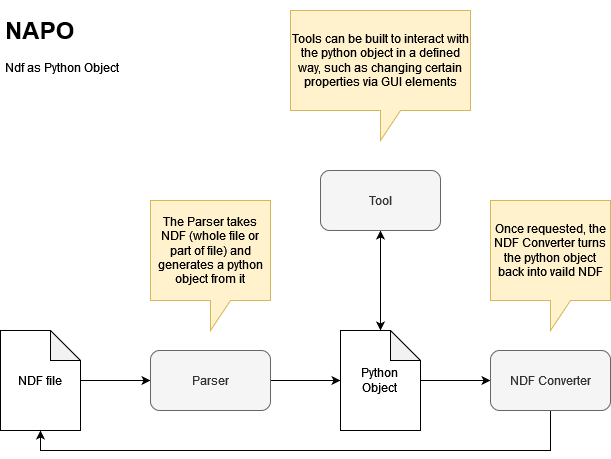
The draw.io diagram resources/NAPO_Concept.png in Jonitr0/WarnoModEditor, before a commit. Source tidied: cells renumbered, new cells last; positions are measured from the earlier drawing's top-left corner, leaving out a move shared by most shapes. Its diagram source:
```xml
<mxGraphModel>
  <root>
    <mxCell id="0" />
    <mxCell id="1" parent="0" />
    <mxCell id="2" style="edgeStyle=orthogonalEdgeStyle;rounded=0;jettySize=auto;html=1;entryX=0;entryY=0.5;entryDx=0;entryDy=0;" parent="1" edge="1" source="3" target="5">
      <mxGeometry relative="1" as="geometry" />
    </mxCell>
    <mxCell id="3" value="NDF file" style="shape=note;whiteSpace=wrap;html=1;backgroundOutline=1;darkOpacity=0.05;" parent="1" vertex="1">
      <mxGeometry y="320" width="80" height="100" as="geometry" />
    </mxCell>
    <mxCell id="4" style="edgeStyle=orthogonalEdgeStyle;rounded=0;jettySize=auto;html=1;entryX=0;entryY=0.5;entryDx=0;entryDy=0;entryPerimeter=0;" parent="1" edge="1" source="5" target="7">
      <mxGeometry relative="1" as="geometry" />
    </mxCell>
    <mxCell id="5" value="&lt;div&gt;Parser&lt;/div&gt;" style="rounded=1;whiteSpace=wrap;html=1;fillColor=#f5f5f5;fontColor=#333333;strokeColor=#666666;" parent="1" vertex="1">
      <mxGeometry x="150" y="340" width="120" height="60" as="geometry" />
    </mxCell>
    <mxCell id="6" style="edgeStyle=orthogonalEdgeStyle;rounded=0;jettySize=auto;html=1;entryX=0;entryY=0.5;entryDx=0;entryDy=0;startArrow=none;startFill=0;" parent="1" edge="1" source="7" target="11">
      <mxGeometry relative="1" as="geometry" />
    </mxCell>
    <mxCell id="7" value="Python&lt;br&gt;Object" style="shape=note;whiteSpace=wrap;html=1;backgroundOutline=1;darkOpacity=0.05;" parent="1" vertex="1">
      <mxGeometry x="340" y="320" width="80" height="100" as="geometry" />
    </mxCell>
    <mxCell id="8" style="edgeStyle=orthogonalEdgeStyle;rounded=0;jettySize=auto;html=1;entryX=0.5;entryY=0;entryDx=0;entryDy=0;entryPerimeter=0;startArrow=classic;startFill=1;" parent="1" edge="1" source="9" target="7">
      <mxGeometry relative="1" as="geometry" />
    </mxCell>
    <mxCell id="9" value="Tool" style="rounded=1;whiteSpace=wrap;html=1;fillColor=#f5f5f5;fontColor=#333333;strokeColor=#666666;" parent="1" vertex="1">
      <mxGeometry x="320" y="160" width="120" height="60" as="geometry" />
    </mxCell>
    <mxCell id="10" style="edgeStyle=orthogonalEdgeStyle;rounded=0;jettySize=auto;html=1;entryX=0.5;entryY=1;entryDx=0;entryDy=0;entryPerimeter=0;startArrow=none;startFill=0;" parent="1" edge="1" source="11" target="3">
      <mxGeometry relative="1" as="geometry">
        <Array as="points">
          <mxPoint x="550" y="440" />
          <mxPoint x="40" y="440" />
        </Array>
      </mxGeometry>
    </mxCell>
    <mxCell id="11" value="NDF Converter" style="rounded=1;whiteSpace=wrap;html=1;fillColor=#f5f5f5;fontColor=#333333;strokeColor=#666666;" parent="1" vertex="1">
      <mxGeometry x="490" y="340" width="120" height="60" as="geometry" />
    </mxCell>
    <mxCell id="12" value="The Parser takes NDF (whole file or part of file) and generates a python object from it" style="shape=callout;whiteSpace=wrap;html=1;perimeter=calloutPerimeter;fillColor=#fff2cc;strokeColor=#d6b656;" parent="1" vertex="1">
      <mxGeometry x="150" y="190" width="120" height="130" as="geometry" />
    </mxCell>
    <mxCell id="13" value="Tools can be built to interact with the python object in a defined way, such as changing certain properties via GUI elements" style="shape=callout;whiteSpace=wrap;html=1;perimeter=calloutPerimeter;fillColor=#fff2cc;strokeColor=#d6b656;" parent="1" vertex="1">
      <mxGeometry x="290" width="180" height="130" as="geometry" />
    </mxCell>
    <mxCell id="14" value="Once requested, the NDF Converter turns the python object back into vaild NDF" style="shape=callout;whiteSpace=wrap;html=1;perimeter=calloutPerimeter;fillColor=#fff2cc;strokeColor=#d6b656;" parent="1" vertex="1">
      <mxGeometry x="490" y="190" width="120" height="130" as="geometry" />
    </mxCell>
    <mxCell id="15" value="&lt;h1&gt;NAPO&lt;/h1&gt;&lt;p&gt;Ndf as Python Object&lt;br&gt;&lt;/p&gt;" style="text;html=1;strokeColor=none;fillColor=none;spacing=5;spacingTop=-20;whiteSpace=wrap;overflow=hidden;rounded=0;" parent="1" vertex="1">
      <mxGeometry width="190" height="120" as="geometry" />
    </mxCell>
  </root>
</mxGraphModel>
```
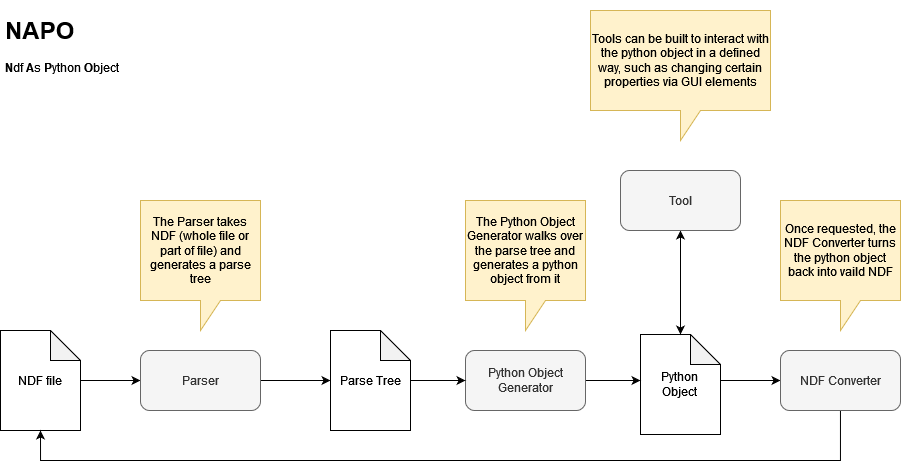
After the commit.

Commit message:
Napo groundwork

The edit, as a diff of the source:
```diff
@@ -6,48 +6,63 @@
       <mxGeometry relative="1" as="geometry" />
     </mxCell>
     <mxCell id="3" value="NDF file" style="shape=note;whiteSpace=wrap;html=1;backgroundOutline=1;darkOpacity=0.05;" parent="1" vertex="1">
-      <mxGeometry y="320" width="80" height="100" as="geometry" />
+      <mxGeometry x="-70" y="310" width="80" height="100" as="geometry" />
     </mxCell>
-    <mxCell id="4" style="edgeStyle=orthogonalEdgeStyle;rounded=0;jettySize=auto;html=1;entryX=0;entryY=0.5;entryDx=0;entryDy=0;entryPerimeter=0;" parent="1" edge="1" source="5" target="7">
-      <mxGeometry relative="1" as="geometry" />
-    </mxCell>
+    <mxCell id="16" style="edgeStyle=orthogonalEdgeStyle;rounded=0;jettySize=auto;html=1;" parent="1" edge="1" source="5" target="20">
+      <mxGeometry relative="1" as="geometry" />
+    </mxCell>
     <mxCell id="5" value="&lt;div&gt;Parser&lt;/div&gt;" style="rounded=1;whiteSpace=wrap;html=1;fillColor=#f5f5f5;fontColor=#333333;strokeColor=#666666;" parent="1" vertex="1">
-      <mxGeometry x="150" y="340" width="120" height="60" as="geometry" />
+      <mxGeometry x="70" y="330" width="120" height="60" as="geometry" />
     </mxCell>
-    <mxCell id="6" style="edgeStyle=orthogonalEdgeStyle;rounded=0;jettySize=auto;html=1;entryX=0;entryY=0.5;entryDx=0;entryDy=0;startArrow=none;startFill=0;" parent="1" edge="1" source="7" target="11">
+    <mxCell id="6" style="edgeStyle=orthogonalEdgeStyle;rounded=0;jettySize=auto;html=1;exitX=1;exitY=0.46;exitDx=0;exitDy=0;exitPerimeter=0;" parent="1" edge="1" source="7" target="11">
       <mxGeometry relative="1" as="geometry" />
     </mxCell>
     <mxCell id="7" value="Python&lt;br&gt;Object" style="shape=note;whiteSpace=wrap;html=1;backgroundOutline=1;darkOpacity=0.05;" parent="1" vertex="1">
-      <mxGeometry x="340" y="320" width="80" height="100" as="geometry" />
+      <mxGeometry x="570" y="314" width="80" height="100" as="geometry" />
     </mxCell>
     <mxCell id="8" style="edgeStyle=orthogonalEdgeStyle;rounded=0;jettySize=auto;html=1;entryX=0.5;entryY=0;entryDx=0;entryDy=0;entryPerimeter=0;startArrow=classic;startFill=1;" parent="1" edge="1" source="9" target="7">
       <mxGeometry relative="1" as="geometry" />
     </mxCell>
     <mxCell id="9" value="Tool" style="rounded=1;whiteSpace=wrap;html=1;fillColor=#f5f5f5;fontColor=#333333;strokeColor=#666666;" parent="1" vertex="1">
-      <mxGeometry x="320" y="160" width="120" height="60" as="geometry" />
+      <mxGeometry x="550" y="150" width="120" height="60" as="geometry" />
     </mxCell>
-    <mxCell id="10" style="edgeStyle=orthogonalEdgeStyle;rounded=0;jettySize=auto;html=1;entryX=0.5;entryY=1;entryDx=0;entryDy=0;entryPerimeter=0;startArrow=none;startFill=0;" parent="1" edge="1" source="11" target="3">
+    <mxCell id="10" style="edgeStyle=orthogonalEdgeStyle;rounded=0;jettySize=auto;html=1;entryX=0.5;entryY=1;entryDx=0;entryDy=0;entryPerimeter=0;" parent="1" edge="1" source="11" target="3">
       <mxGeometry relative="1" as="geometry">
         <Array as="points">
-          <mxPoint x="550" y="440" />
-          <mxPoint x="40" y="440" />
+          <mxPoint x="770" y="440" />
+          <mxPoint x="-30" y="440" />
         </Array>
       </mxGeometry>
     </mxCell>
     <mxCell id="11" value="NDF Converter" style="rounded=1;whiteSpace=wrap;html=1;fillColor=#f5f5f5;fontColor=#333333;strokeColor=#666666;" parent="1" vertex="1">
-      <mxGeometry x="490" y="340" width="120" height="60" as="geometry" />
+      <mxGeometry x="710" y="330" width="120" height="60" as="geometry" />
     </mxCell>
-    <mxCell id="12" value="The Parser takes NDF (whole file or part of file) and generates a python object from it" style="shape=callout;whiteSpace=wrap;html=1;perimeter=calloutPerimeter;fillColor=#fff2cc;strokeColor=#d6b656;" parent="1" vertex="1">
-      <mxGeometry x="150" y="190" width="120" height="130" as="geometry" />
+    <mxCell id="12" value="The Parser takes NDF (whole file or part of file) and generates a parse tree" style="shape=callout;whiteSpace=wrap;html=1;perimeter=calloutPerimeter;fillColor=#fff2cc;strokeColor=#d6b656;" parent="1" vertex="1">
+      <mxGeometry x="70" y="180" width="120" height="130" as="geometry" />
     </mxCell>
     <mxCell id="13" value="Tools can be built to interact with the python object in a defined way, such as changing certain properties via GUI elements" style="shape=callout;whiteSpace=wrap;html=1;perimeter=calloutPerimeter;fillColor=#fff2cc;strokeColor=#d6b656;" parent="1" vertex="1">
-      <mxGeometry x="290" width="180" height="130" as="geometry" />
+      <mxGeometry x="520" y="-10" width="180" height="130" as="geometry" />
     </mxCell>
     <mxCell id="14" value="Once requested, the NDF Converter turns the python object back into vaild NDF" style="shape=callout;whiteSpace=wrap;html=1;perimeter=calloutPerimeter;fillColor=#fff2cc;strokeColor=#d6b656;" parent="1" vertex="1">
-      <mxGeometry x="490" y="190" width="120" height="130" as="geometry" />
+      <mxGeometry x="710" y="180" width="120" height="130" as="geometry" />
     </mxCell>
-    <mxCell id="15" value="&lt;h1&gt;NAPO&lt;/h1&gt;&lt;p&gt;Ndf as Python Object&lt;br&gt;&lt;/p&gt;" style="text;html=1;strokeColor=none;fillColor=none;spacing=5;spacingTop=-20;whiteSpace=wrap;overflow=hidden;rounded=0;" parent="1" vertex="1">
-      <mxGeometry width="190" height="120" as="geometry" />
+    <mxCell id="15" value="&lt;h1&gt;NAPO&lt;/h1&gt;&lt;p&gt;&lt;b&gt;N&lt;/b&gt;df &lt;b&gt;A&lt;/b&gt;s &lt;b&gt;P&lt;/b&gt;ython &lt;b&gt;O&lt;/b&gt;bject&lt;/p&gt;" style="text;html=1;strokeColor=none;fillColor=none;spacing=5;spacingTop=-20;whiteSpace=wrap;overflow=hidden;rounded=0;" parent="1" vertex="1">
+      <mxGeometry x="-70" y="-10" width="190" height="120" as="geometry" />
     </mxCell>
+    <mxCell id="17" style="edgeStyle=orthogonalEdgeStyle;rounded=0;jettySize=auto;html=1;entryX=0;entryY=0.46;entryDx=0;entryDy=0;entryPerimeter=0;" parent="1" edge="1" source="18" target="7">
+      <mxGeometry relative="1" as="geometry" />
+    </mxCell>
+    <mxCell id="18" value="Python Object Generator" style="rounded=1;whiteSpace=wrap;html=1;fillColor=#f5f5f5;fontColor=#333333;strokeColor=#666666;" parent="1" vertex="1">
+      <mxGeometry x="395" y="330" width="120" height="60" as="geometry" />
+    </mxCell>
+    <mxCell id="19" style="edgeStyle=orthogonalEdgeStyle;rounded=0;jettySize=auto;html=1;entryX=0;entryY=0.5;entryDx=0;entryDy=0;" parent="1" edge="1" source="20" target="18">
+      <mxGeometry relative="1" as="geometry" />
+    </mxCell>
+    <mxCell id="20" value="Parse Tree" style="shape=note;whiteSpace=wrap;html=1;backgroundOutline=1;darkOpacity=0.05;" parent="1" vertex="1">
+      <mxGeometry x="260" y="310" width="80" height="100" as="geometry" />
+    </mxCell>
+    <mxCell id="21" value="The Python Object Generator walks over the parse tree and generates a python object from it" style="shape=callout;whiteSpace=wrap;html=1;perimeter=calloutPerimeter;fillColor=#fff2cc;strokeColor=#d6b656;" parent="1" vertex="1">
+      <mxGeometry x="395" y="180" width="120" height="130" as="geometry" />
+    </mxCell>
   </root>
 </mxGraphModel>
```
